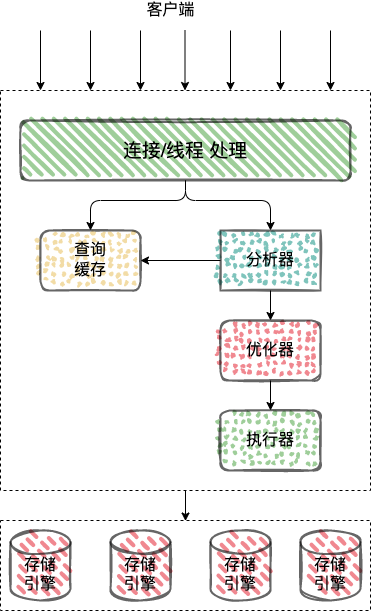
boilingfrog/Go-POINT keeps this draw.io diagram as img/mysql/mysql-query.png. Above is the earlier version. Source tidied: cells renumbered, new cells last; positions are measured from the earlier drawing's top-left corner, leaving out a move shared by most shapes. Source of this version:
```xml
<mxGraphModel>
  <root>
    <mxCell id="0" />
    <mxCell id="1" parent="0" />
    <mxCell id="2" style="verticalLabelPosition=bottom;verticalAlign=top;html=1;shape=mxgraph.basic.rect;fillColor2=none;strokeWidth=1;size=20;indent=5;fillColor=none;dashed=1;" parent="1" vertex="1">
      <mxGeometry y="520" width="370" height="90" as="geometry" />
    </mxCell>
    <mxCell id="3" style="edgeStyle=orthogonalEdgeStyle;html=1;entryX=0.5;entryY=0.006;entryDx=0;entryDy=0;entryPerimeter=0;fontSize=16;" parent="1" edge="1" source="4" target="2">
      <mxGeometry relative="1" as="geometry" />
    </mxCell>
    <mxCell id="4" style="verticalLabelPosition=bottom;verticalAlign=top;html=1;shape=mxgraph.basic.rect;fillColor2=none;strokeWidth=1;size=20;indent=5;fillColor=none;dashed=1;" parent="1" vertex="1">
      <mxGeometry y="90" width="370" height="400" as="geometry" />
    </mxCell>
    <mxCell id="5" style="edgeStyle=orthogonalEdgeStyle;html=1;" parent="1" edge="1" source="7" target="18">
      <mxGeometry relative="1" as="geometry">
        <Array as="points">
          <mxPoint x="185" y="200" />
          <mxPoint x="270" y="200" />
        </Array>
      </mxGeometry>
    </mxCell>
    <mxCell id="6" style="edgeStyle=orthogonalEdgeStyle;html=1;entryX=0.5;entryY=0;entryDx=0;entryDy=0;" parent="1" edge="1" source="7" target="15">
      <mxGeometry relative="1" as="geometry">
        <Array as="points">
          <mxPoint x="185" y="200" />
          <mxPoint x="90" y="200" />
        </Array>
      </mxGeometry>
    </mxCell>
    <mxCell id="7" value="&lt;span style=&quot;font-size: 19px&quot;&gt;连接/线程 处理&lt;/span&gt;" style="rounded=1;whiteSpace=wrap;html=1;strokeWidth=2;fillWeight=4;hachureGap=8;hachureAngle=45;fillColor=#5FAD56;sketch=1;fontSize=16;opacity=60;" parent="1" vertex="1">
      <mxGeometry x="20" y="120" width="330" height="60" as="geometry" />
    </mxCell>
    <mxCell id="8" style="endArrow=classic;html=1;" parent="1" edge="1">
      <mxGeometry relative="1" as="geometry">
        <mxPoint x="40" y="30" as="sourcePoint" />
        <mxPoint x="40" y="90" as="targetPoint" />
      </mxGeometry>
    </mxCell>
    <mxCell id="9" style="endArrow=classic;html=1;" parent="1" edge="1">
      <mxGeometry relative="1" as="geometry">
        <mxPoint x="90" y="30" as="sourcePoint" />
        <mxPoint x="90" y="90" as="targetPoint" />
      </mxGeometry>
    </mxCell>
    <mxCell id="10" style="endArrow=classic;html=1;" parent="1" edge="1">
      <mxGeometry relative="1" as="geometry">
        <mxPoint x="140" y="30" as="sourcePoint" />
        <mxPoint x="140" y="90" as="targetPoint" />
      </mxGeometry>
    </mxCell>
    <mxCell id="11" style="endArrow=classic;html=1;" parent="1" edge="1">
      <mxGeometry relative="1" as="geometry">
        <mxPoint x="184.5" y="30" as="sourcePoint" />
        <mxPoint x="184.5" y="90" as="targetPoint" />
      </mxGeometry>
    </mxCell>
    <mxCell id="12" style="endArrow=classic;html=1;" parent="1" edge="1">
      <mxGeometry relative="1" as="geometry">
        <mxPoint x="230" y="30" as="sourcePoint" />
        <mxPoint x="230" y="90" as="targetPoint" />
      </mxGeometry>
    </mxCell>
    <mxCell id="13" style="endArrow=classic;html=1;" parent="1" edge="1">
      <mxGeometry relative="1" as="geometry">
        <mxPoint x="280" y="30" as="sourcePoint" />
        <mxPoint x="280" y="90" as="targetPoint" />
      </mxGeometry>
    </mxCell>
    <mxCell id="14" style="endArrow=classic;html=1;" parent="1" edge="1">
      <mxGeometry relative="1" as="geometry">
        <mxPoint x="330" y="30" as="sourcePoint" />
        <mxPoint x="330" y="90" as="targetPoint" />
      </mxGeometry>
    </mxCell>
    <mxCell id="15" value="查询&lt;br&gt;缓存" style="rounded=1;whiteSpace=wrap;html=1;strokeWidth=2;fillWeight=2;hachureGap=8;hachureAngle=45;fillColor=#E9C46A;sketch=1;fontSize=16;fillStyle=dots;opacity=60;" parent="1" vertex="1">
      <mxGeometry x="40" y="230" width="100" height="60" as="geometry" />
    </mxCell>
    <mxCell id="16" style="edgeStyle=orthogonalEdgeStyle;html=1;entryX=1;entryY=0.5;entryDx=0;entryDy=0;" parent="1" edge="1" source="18" target="15">
      <mxGeometry relative="1" as="geometry" />
    </mxCell>
    <mxCell id="17" style="edgeStyle=orthogonalEdgeStyle;html=1;entryX=0.5;entryY=0;entryDx=0;entryDy=0;" parent="1" edge="1" source="18" target="20">
      <mxGeometry relative="1" as="geometry" />
    </mxCell>
    <mxCell id="18" value="&lt;font style=&quot;font-size: 16px&quot;&gt;分析器&lt;/font&gt;" style="rounded=0;whiteSpace=wrap;html=1;strokeWidth=2;fillWeight=2;hachureGap=8;hachureAngle=45;fillColor=#2A9D8F;sketch=1;fontSize=12;fillStyle=dots;opacity=60;" parent="1" vertex="1">
      <mxGeometry x="220" y="230" width="100" height="60" as="geometry" />
    </mxCell>
    <mxCell id="19" style="edgeStyle=orthogonalEdgeStyle;html=1;entryX=0.5;entryY=0;entryDx=0;entryDy=0;" parent="1" edge="1" source="20" target="21">
      <mxGeometry relative="1" as="geometry" />
    </mxCell>
    <mxCell id="20" value="优化器" style="rounded=1;whiteSpace=wrap;html=1;strokeWidth=2;fillWeight=2;hachureGap=8;hachureAngle=45;fillColor=#E63946;sketch=1;fontSize=16;fillStyle=dots;opacity=60;" parent="1" vertex="1">
      <mxGeometry x="220" y="320" width="100" height="60" as="geometry" />
    </mxCell>
    <mxCell id="21" value="执行器" style="rounded=1;whiteSpace=wrap;html=1;strokeWidth=2;fillWeight=2;hachureGap=8;hachureAngle=45;fillColor=#5FAD56;sketch=1;fontSize=16;fillStyle=dots;opacity=60;" parent="1" vertex="1">
      <mxGeometry x="220" y="410" width="100" height="60" as="geometry" />
    </mxCell>
    <mxCell id="22" value="&lt;br&gt;存储&lt;br&gt;引擎" style="strokeWidth=2;html=1;shape=mxgraph.flowchart.database;whiteSpace=wrap;fontSize=16;fillColor=#E63946;rounded=1;fillWeight=4;hachureGap=8;fillStyle=dashed;sketch=1;hachureAngle=45;opacity=60;" parent="1" vertex="1">
      <mxGeometry x="10" y="530" width="60" height="70" as="geometry" />
    </mxCell>
    <mxCell id="23" value="&lt;br&gt;&lt;span&gt;存储&lt;/span&gt;&lt;br&gt;&lt;span&gt;引擎&lt;/span&gt;" style="strokeWidth=2;html=1;shape=mxgraph.flowchart.database;whiteSpace=wrap;fontSize=16;fillColor=#E63946;rounded=1;fillWeight=4;hachureGap=8;fillStyle=dashed;sketch=1;hachureAngle=45;opacity=60;" parent="1" vertex="1">
      <mxGeometry x="110" y="530" width="60" height="70" as="geometry" />
    </mxCell>
    <mxCell id="24" value="&lt;br&gt;&lt;span&gt;存储&lt;/span&gt;&lt;br&gt;&lt;span&gt;引擎&lt;/span&gt;" style="strokeWidth=2;html=1;shape=mxgraph.flowchart.database;whiteSpace=wrap;fontSize=16;fillColor=#E63946;rounded=1;fillWeight=4;hachureGap=8;fillStyle=dashed;sketch=1;hachureAngle=45;opacity=60;" parent="1" vertex="1">
      <mxGeometry x="210" y="530" width="60" height="70" as="geometry" />
    </mxCell>
    <mxCell id="25" value="&lt;br&gt;&lt;span&gt;存储&lt;/span&gt;&lt;br&gt;&lt;span&gt;引擎&lt;/span&gt;" style="strokeWidth=2;html=1;shape=mxgraph.flowchart.database;whiteSpace=wrap;fontSize=16;fillColor=#E63946;rounded=1;fillWeight=4;hachureGap=8;fillStyle=dashed;sketch=1;hachureAngle=45;opacity=60;" parent="1" vertex="1">
      <mxGeometry x="300" y="530" width="60" height="70" as="geometry" />
    </mxCell>
    <mxCell id="26" value="客户端" style="text;html=1;align=center;verticalAlign=middle;strokeColor=none;fillColor=none;fontSize=16;" parent="1" vertex="1">
      <mxGeometry x="140" width="60" height="20" as="geometry" />
    </mxCell>
  </root>
</mxGraphModel>
```
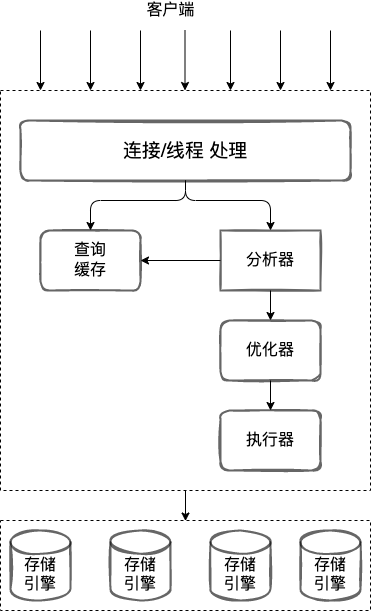
After the commit.

Commit message:
feat:一条 sql 的执行过程

The edit, as a diff of the source:
```diff
@@ -27,7 +27,7 @@
         </Array>
       </mxGeometry>
     </mxCell>
-    <mxCell id="7" value="&lt;span style=&quot;font-size: 19px&quot;&gt;连接/线程 处理&lt;/span&gt;" style="rounded=1;whiteSpace=wrap;html=1;strokeWidth=2;fillWeight=4;hachureGap=8;hachureAngle=45;fillColor=#5FAD56;sketch=1;fontSize=16;opacity=60;" parent="1" vertex="1">
+    <mxCell id="7" value="&lt;span style=&quot;font-size: 19px&quot;&gt;连接/线程 处理&lt;/span&gt;" style="rounded=1;whiteSpace=wrap;html=1;strokeWidth=2;fillWeight=4;hachureGap=8;hachureAngle=45;fillColor=none;sketch=1;fontSize=16;opacity=60;" parent="1" vertex="1">
       <mxGeometry x="20" y="120" width="330" height="60" as="geometry" />
     </mxCell>
     <mxCell id="8" style="endArrow=classic;html=1;" parent="1" edge="1">
@@ -72,7 +72,7 @@
         <mxPoint x="330" y="90" as="targetPoint" />
       </mxGeometry>
     </mxCell>
-    <mxCell id="15" value="查询&lt;br&gt;缓存" style="rounded=1;whiteSpace=wrap;html=1;strokeWidth=2;fillWeight=2;hachureGap=8;hachureAngle=45;fillColor=#E9C46A;sketch=1;fontSize=16;fillStyle=dots;opacity=60;" parent="1" vertex="1">
+    <mxCell id="15" value="查询&lt;br&gt;缓存" style="rounded=1;whiteSpace=wrap;html=1;strokeWidth=2;fillWeight=2;hachureGap=8;hachureAngle=45;fillColor=none;sketch=1;fontSize=16;fillStyle=dots;opacity=60;" parent="1" vertex="1">
       <mxGeometry x="40" y="230" width="100" height="60" as="geometry" />
     </mxCell>
     <mxCell id="16" style="edgeStyle=orthogonalEdgeStyle;html=1;entryX=1;entryY=0.5;entryDx=0;entryDy=0;" parent="1" edge="1" source="18" target="15">
@@ -81,28 +81,28 @@
     <mxCell id="17" style="edgeStyle=orthogonalEdgeStyle;html=1;entryX=0.5;entryY=0;entryDx=0;entryDy=0;" parent="1" edge="1" source="18" target="20">
       <mxGeometry relative="1" as="geometry" />
     </mxCell>
-    <mxCell id="18" value="&lt;font style=&quot;font-size: 16px&quot;&gt;分析器&lt;/font&gt;" style="rounded=0;whiteSpace=wrap;html=1;strokeWidth=2;fillWeight=2;hachureGap=8;hachureAngle=45;fillColor=#2A9D8F;sketch=1;fontSize=12;fillStyle=dots;opacity=60;" parent="1" vertex="1">
+    <mxCell id="18" value="&lt;font style=&quot;font-size: 16px&quot;&gt;分析器&lt;/font&gt;" style="rounded=0;whiteSpace=wrap;html=1;strokeWidth=2;fillWeight=2;hachureGap=8;hachureAngle=45;fillColor=none;sketch=1;fontSize=12;fillStyle=dots;opacity=60;" parent="1" vertex="1">
       <mxGeometry x="220" y="230" width="100" height="60" as="geometry" />
     </mxCell>
     <mxCell id="19" style="edgeStyle=orthogonalEdgeStyle;html=1;entryX=0.5;entryY=0;entryDx=0;entryDy=0;" parent="1" edge="1" source="20" target="21">
       <mxGeometry relative="1" as="geometry" />
     </mxCell>
-    <mxCell id="20" value="优化器" style="rounded=1;whiteSpace=wrap;html=1;strokeWidth=2;fillWeight=2;hachureGap=8;hachureAngle=45;fillColor=#E63946;sketch=1;fontSize=16;fillStyle=dots;opacity=60;" parent="1" vertex="1">
+    <mxCell id="20" value="优化器" style="rounded=1;whiteSpace=wrap;html=1;strokeWidth=2;fillWeight=2;hachureGap=8;hachureAngle=45;fillColor=none;sketch=1;fontSize=16;fillStyle=dots;opacity=60;" parent="1" vertex="1">
       <mxGeometry x="220" y="320" width="100" height="60" as="geometry" />
     </mxCell>
-    <mxCell id="21" value="执行器" style="rounded=1;whiteSpace=wrap;html=1;strokeWidth=2;fillWeight=2;hachureGap=8;hachureAngle=45;fillColor=#5FAD56;sketch=1;fontSize=16;fillStyle=dots;opacity=60;" parent="1" vertex="1">
+    <mxCell id="21" value="执行器" style="rounded=1;whiteSpace=wrap;html=1;strokeWidth=2;fillWeight=2;hachureGap=8;hachureAngle=45;fillColor=none;sketch=1;fontSize=16;fillStyle=dots;opacity=60;" parent="1" vertex="1">
       <mxGeometry x="220" y="410" width="100" height="60" as="geometry" />
     </mxCell>
-    <mxCell id="22" value="&lt;br&gt;存储&lt;br&gt;引擎" style="strokeWidth=2;html=1;shape=mxgraph.flowchart.database;whiteSpace=wrap;fontSize=16;fillColor=#E63946;rounded=1;fillWeight=4;hachureGap=8;fillStyle=dashed;sketch=1;hachureAngle=45;opacity=60;" parent="1" vertex="1">
+    <mxCell id="22" value="&lt;br&gt;存储&lt;br&gt;引擎" style="strokeWidth=2;html=1;shape=mxgraph.flowchart.database;whiteSpace=wrap;fontSize=16;fillColor=none;rounded=1;fillWeight=4;hachureGap=8;fillStyle=dashed;sketch=1;hachureAngle=45;opacity=60;" parent="1" vertex="1">
       <mxGeometry x="10" y="530" width="60" height="70" as="geometry" />
     </mxCell>
-    <mxCell id="23" value="&lt;br&gt;&lt;span&gt;存储&lt;/span&gt;&lt;br&gt;&lt;span&gt;引擎&lt;/span&gt;" style="strokeWidth=2;html=1;shape=mxgraph.flowchart.database;whiteSpace=wrap;fontSize=16;fillColor=#E63946;rounded=1;fillWeight=4;hachureGap=8;fillStyle=dashed;sketch=1;hachureAngle=45;opacity=60;" parent="1" vertex="1">
+    <mxCell id="23" value="&lt;br&gt;&lt;span&gt;存储&lt;/span&gt;&lt;br&gt;&lt;span&gt;引擎&lt;/span&gt;" style="strokeWidth=2;html=1;shape=mxgraph.flowchart.database;whiteSpace=wrap;fontSize=16;fillColor=none;rounded=1;fillWeight=4;hachureGap=8;fillStyle=dashed;sketch=1;hachureAngle=45;opacity=60;" parent="1" vertex="1">
       <mxGeometry x="110" y="530" width="60" height="70" as="geometry" />
     </mxCell>
-    <mxCell id="24" value="&lt;br&gt;&lt;span&gt;存储&lt;/span&gt;&lt;br&gt;&lt;span&gt;引擎&lt;/span&gt;" style="strokeWidth=2;html=1;shape=mxgraph.flowchart.database;whiteSpace=wrap;fontSize=16;fillColor=#E63946;rounded=1;fillWeight=4;hachureGap=8;fillStyle=dashed;sketch=1;hachureAngle=45;opacity=60;" parent="1" vertex="1">
+    <mxCell id="24" value="&lt;br&gt;&lt;span&gt;存储&lt;/span&gt;&lt;br&gt;&lt;span&gt;引擎&lt;/span&gt;" style="strokeWidth=2;html=1;shape=mxgraph.flowchart.database;whiteSpace=wrap;fontSize=16;fillColor=none;rounded=1;fillWeight=4;hachureGap=8;fillStyle=dashed;sketch=1;hachureAngle=45;opacity=60;" parent="1" vertex="1">
       <mxGeometry x="210" y="530" width="60" height="70" as="geometry" />
     </mxCell>
-    <mxCell id="25" value="&lt;br&gt;&lt;span&gt;存储&lt;/span&gt;&lt;br&gt;&lt;span&gt;引擎&lt;/span&gt;" style="strokeWidth=2;html=1;shape=mxgraph.flowchart.database;whiteSpace=wrap;fontSize=16;fillColor=#E63946;rounded=1;fillWeight=4;hachureGap=8;fillStyle=dashed;sketch=1;hachureAngle=45;opacity=60;" parent="1" vertex="1">
+    <mxCell id="25" value="&lt;br&gt;&lt;span&gt;存储&lt;/span&gt;&lt;br&gt;&lt;span&gt;引擎&lt;/span&gt;" style="strokeWidth=2;html=1;shape=mxgraph.flowchart.database;whiteSpace=wrap;fontSize=16;fillColor=none;rounded=1;fillWeight=4;hachureGap=8;fillStyle=dashed;sketch=1;hachureAngle=45;opacity=60;" parent="1" vertex="1">
       <mxGeometry x="300" y="530" width="60" height="70" as="geometry" />
     </mxCell>
     <mxCell id="26" value="客户端" style="text;html=1;align=center;verticalAlign=middle;strokeColor=none;fillColor=none;fontSize=16;" parent="1" vertex="1">
```
